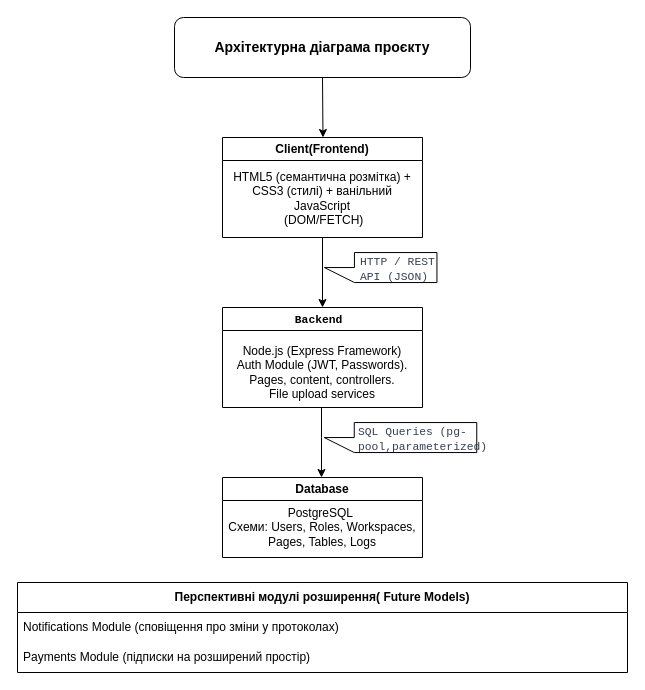
just4ius/Web-programming keeps this draw.io diagram as docs/architecture_diagram.drawio. Above is the earlier version. Source tidied: cells renumbered, new cells numbered last; positions are measured from the earlier drawing's top-left corner, leaving out a move shared by most shapes. Both pictures are drawn from the tidied source at 100%, with x=0, y=0 at pixel (17, 17).
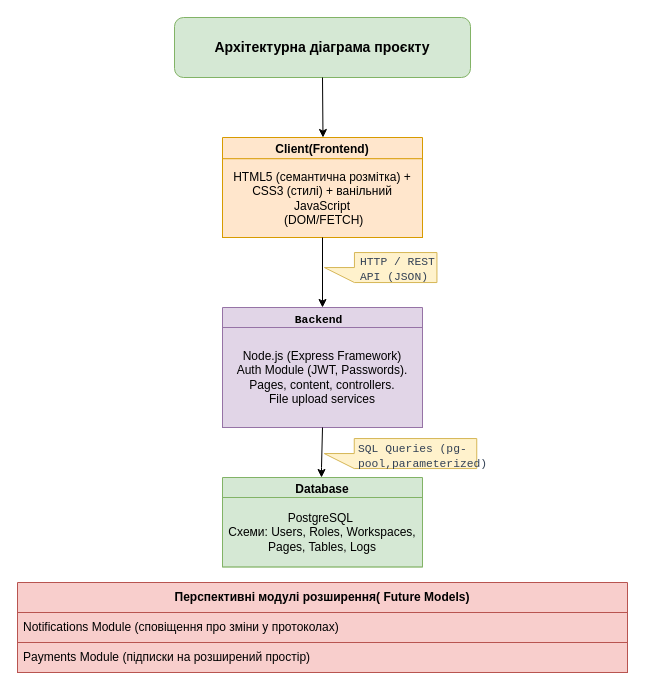
The same page after the edit.

Change to the diagram source:
```diff
@@
-    <mxCell id="2" value="&lt;b&gt;&lt;font style=&quot;font-size: 14px;&quot;&gt;Архітектурна діаграма проєкту&lt;/font&gt;&lt;/b&gt;" style="rounded=1;whiteSpace=wrap;html=1;" parent="1" vertex="1">
+    <mxCell id="2" value="&lt;b&gt;&lt;font style=&quot;font-size: 14px;&quot;&gt;Архітектурна діаграма проєкту&lt;/font&gt;&lt;/b&gt;" style="rounded=1;whiteSpace=wrap;html=1;fillColor=#d5e8d4;strokeColor=#82b366;" parent="1" vertex="1">
       <mxGeometry x="157" width="296" height="60" as="geometry" />
     </mxCell>
@@
-    <mxCell id="4" style="shape=callout;whiteSpace=wrap;html=1;perimeter=calloutPerimeter;rotation=90;" parent="1" vertex="1">
+    <mxCell id="4" style="shape=callout;whiteSpace=wrap;html=1;perimeter=calloutPerimeter;rotation=90;fillColor=#fff2cc;strokeColor=#d6b656;" parent="1" vertex="1">
       <mxGeometry x="348.2" y="193.8" width="30" height="112.5" as="geometry" />
     </mxCell>
@@
-    <mxCell id="6" value="Client(Frontend)" style="swimlane;whiteSpace=wrap;html=1;" parent="1" vertex="1">
+    <mxCell id="6" value="Client(Frontend)" style="swimlane;whiteSpace=wrap;html=1;fillColor=#ffe6cc;strokeColor=#d79b00;" parent="1" vertex="1">
       <mxGeometry x="205" y="120" width="200" height="100" as="geometry" />
     </mxCell>
-    <mxCell id="7" value="&lt;div&gt;HTML5 (семантична розмітка) + CSS3 (стилі) + ванільний JavaScript&lt;/div&gt;&lt;div&gt;&amp;nbsp;(DOM/FETCH)&lt;/div&gt;" style="text;html=1;whiteSpace=wrap;strokeColor=none;fillColor=none;align=center;verticalAlign=middle;rounded=0;" parent="6" vertex="1">
+    <mxCell id="7" value="&lt;div&gt;HTML5 (семантична розмітка) + CSS3 (стилі) + ванільний JavaScript&lt;/div&gt;&lt;div&gt;&amp;nbsp;(DOM/FETCH)&lt;/div&gt;" style="text;html=1;whiteSpace=wrap;strokeColor=#d79b00;fillColor=#ffe6cc;align=center;verticalAlign=middle;rounded=0;" parent="6" vertex="1">
       <mxGeometry y="21.2" width="200" height="78.8" as="geometry" />
     </mxCell>
@@
-    <mxCell id="9" value="&lt;span lang=&quot;EN-US&quot; style=&quot;font-size: 8.5pt; line-height: 115%; font-family: Consolas;&quot;&gt;&lt;font style=&quot;color: rgb(0, 0, 0);&quot;&gt;Backend&amp;nbsp;&lt;/font&gt;&lt;/span&gt;" style="swimlane;whiteSpace=wrap;html=1;" parent="1" vertex="1">
-      <mxGeometry x="205" y="290" width="200" height="100" as="geometry" />
+    <mxCell id="9" value="&lt;span lang=&quot;EN-US&quot; style=&quot;font-size: 8.5pt; line-height: 115%; font-family: Consolas;&quot;&gt;&lt;font style=&quot;color: rgb(0, 0, 0);&quot;&gt;Backend&amp;nbsp;&lt;/font&gt;&lt;/span&gt;" style="swimlane;whiteSpace=wrap;html=1;fillColor=#e1d5e7;strokeColor=#9673a6;" parent="1" vertex="1">
+      <mxGeometry x="205" y="290" width="200" height="120" as="geometry" />
     </mxCell>
-    <mxCell id="10" value="Node.js (Express Framework)&lt;div&gt;Auth Module (JWT, Passwords).&lt;/div&gt;&lt;div&gt;Pages, content, controllers.&lt;/div&gt;&lt;div&gt;File upload services&lt;/div&gt;" style="text;html=1;whiteSpace=wrap;strokeColor=none;fillColor=none;align=center;verticalAlign=middle;rounded=0;" parent="9" vertex="1">
-      <mxGeometry y="10" width="200" height="110" as="geometry" />
+    <mxCell id="10" value="Node.js (Express Framework)&lt;div&gt;Auth Module (JWT, Passwords).&lt;/div&gt;&lt;div&gt;Pages, content, controllers.&lt;/div&gt;&lt;div&gt;File upload services&lt;/div&gt;" style="text;html=1;whiteSpace=wrap;strokeColor=#9673a6;fillColor=#e1d5e7;align=center;verticalAlign=middle;rounded=0;" parent="9" vertex="1">
+      <mxGeometry y="20" width="200" height="100" as="geometry" />
     </mxCell>
-    <mxCell id="11" style="shape=callout;whiteSpace=wrap;html=1;perimeter=calloutPerimeter;rotation=90;" parent="1" vertex="1">
-      <mxGeometry x="368" y="343.8" width="30" height="152.5" as="geometry" />
+    <mxCell id="11" style="shape=callout;whiteSpace=wrap;html=1;perimeter=calloutPerimeter;rotation=90;fillColor=#fff2cc;strokeColor=#d6b656;" parent="1" vertex="1">
+      <mxGeometry x="368" y="359.8" width="30" height="152.5" as="geometry" />
     </mxCell>
     <mxCell id="12" value="&lt;span lang=&quot;EN-US&quot; style=&quot;font-size: 8.5pt; line-height: 115%; font-family: Consolas; color: rgb(51, 65, 85);&quot;&gt;SQL Queries (pg-pool,parameterized)&lt;/span&gt;" style="text;whiteSpace=wrap;html=1;" parent="1" vertex="1">
-      <mxGeometry x="339" y="400" width="88" height="40" as="geometry" />
+      <mxGeometry x="339" y="417" width="88" height="40" as="geometry" />
     </mxCell>
-    <mxCell id="13" style="endArrow=classic;html=1;rounded=0;" parent="1" edge="1">
+    <mxCell id="13" style="endArrow=classic;html=1;rounded=0;exitX=0.5;exitY=1;exitDx=0;exitDy=0;" parent="1" edge="1" source="9">
       <mxGeometry relative="1" as="geometry">
-        <mxPoint x="304" y="390" as="sourcePoint" />
         <mxPoint x="304" y="460" as="targetPoint" />
         <Array as="points">
-          <mxPoint x="304" y="420" />
+          <mxPoint x="304" y="450" />
         </Array>
       </mxGeometry>
     </mxCell>
-    <mxCell id="14" value="Database" style="swimlane;whiteSpace=wrap;html=1;startSize=23;" parent="1" vertex="1">
-      <mxGeometry x="205" y="460" width="200" height="80" as="geometry" />
+    <mxCell id="14" value="Database" style="swimlane;whiteSpace=wrap;html=1;startSize=23;fillColor=#d5e8d4;strokeColor=#82b366;" parent="1" vertex="1">
+      <mxGeometry x="205" y="460" width="200" height="89.4" as="geometry" />
     </mxCell>
-    <mxCell id="15" value="&lt;div&gt;PostgreSQL&amp;nbsp;&lt;/div&gt;&lt;div&gt;Схеми: Users, Roles, Workspaces, Pages, Tables, Logs&lt;/div&gt;" style="text;html=1;whiteSpace=wrap;strokeColor=none;fillColor=none;align=center;verticalAlign=middle;rounded=0;" parent="14" vertex="1">
-      <mxGeometry y="10.6" width="200" height="78.8" as="geometry" />
+    <mxCell id="15" value="&lt;div&gt;PostgreSQL&amp;nbsp;&lt;/div&gt;&lt;div&gt;Схеми: Users, Roles, Workspaces, Pages, Tables, Logs&lt;/div&gt;" style="text;html=1;whiteSpace=wrap;strokeColor=#82b366;fillColor=#d5e8d4;align=center;verticalAlign=middle;rounded=0;" parent="14" vertex="1">
+      <mxGeometry y="20" width="200" height="69.4" as="geometry" />
     </mxCell>
-    <mxCell id="16" value="&lt;b&gt;Перспективні модулі розширення( Future Models)&lt;/b&gt;" style="swimlane;fontStyle=0;horizontal=1;startSize=30;whiteSpace=wrap;html=1;" parent="1" vertex="1">
+    <mxCell id="16" value="&lt;b&gt;Перспективні модулі розширення( Future Models)&lt;/b&gt;" style="swimlane;fontStyle=0;horizontal=1;startSize=30;whiteSpace=wrap;html=1;fillColor=#f8cecc;strokeColor=#b85450;" parent="1" vertex="1">
       <mxGeometry y="565" width="610" height="90" as="geometry" />
     </mxCell>
-    <mxCell id="17" value="Notifications Module (сповіщення про зміни у протоколах)" style="text;strokeColor=none;fillColor=none;align=left;verticalAlign=middle;spacingLeft=4;spacingRight=4;overflow=hidden;whiteSpace=wrap;html=1;" parent="16" vertex="1">
+    <mxCell id="17" value="Notifications Module (сповіщення про зміни у протоколах)" style="text;strokeColor=#b85450;fillColor=#f8cecc;align=left;verticalAlign=middle;spacingLeft=4;spacingRight=4;overflow=hidden;whiteSpace=wrap;html=1;" parent="16" vertex="1">
       <mxGeometry y="30" width="610" height="30" as="geometry" />
     </mxCell>
-    <mxCell id="18" value="Payments Module (підписки на розширений простір)" style="text;strokeColor=none;fillColor=none;align=left;verticalAlign=middle;spacingLeft=4;spacingRight=4;overflow=hidden;whiteSpace=wrap;html=1;" parent="16" vertex="1">
+    <mxCell id="18" value="Payments Module (підписки на розширений простір)" style="text;strokeColor=#b85450;fillColor=#f8cecc;align=left;verticalAlign=middle;spacingLeft=4;spacingRight=4;overflow=hidden;whiteSpace=wrap;html=1;" parent="16" vertex="1">
       <mxGeometry y="60" width="610" height="30" as="geometry" />
     </mxCell>
```
